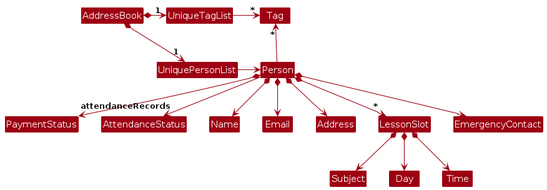
AY2526S2-CS2103T-T09-2/tp keeps this PlantUML diagram as diagrams/BetterModelClassDiagram.png. Above is the earlier version. Its source is kept beside it as diagrams/BetterModelClassDiagram.puml.
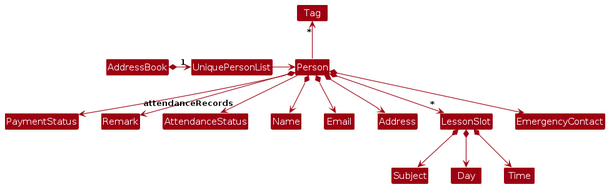
The same file after the commit.

Change to the diagram source:
```diff
@@ -5,11 +5,7 @@
 skinparam classBackgroundColor MODEL_COLOR
 
 AddressBook *-right-> "1" UniquePersonList
-AddressBook *-right-> "1" UniqueTagList
-UniqueTagList -[hidden]down- UniquePersonList
-UniqueTagList -[hidden]down- UniquePersonList
 
-UniqueTagList -right-> "*" Tag
 UniquePersonList -right-> Person
 
 Person -up-> "*" Tag
@@ -23,10 +19,12 @@
 LessonSlot *--> Time
 Person *--> EmergencyContact
 Person *--> PaymentStatus
+Person *--> Remark
 Person --> "attendanceRecords" AttendanceStatus
 
 Class LessonSlot
 
 Class "<<enum>>\nAttendanceStatus" as AttendanceStatus
-PaymentStatus -[hidden]right-> AttendanceStatus
+PaymentStatus -[hidden]right-> Remark
+Remark -[hidden]right-> AttendanceStatus
 @enduml
```
